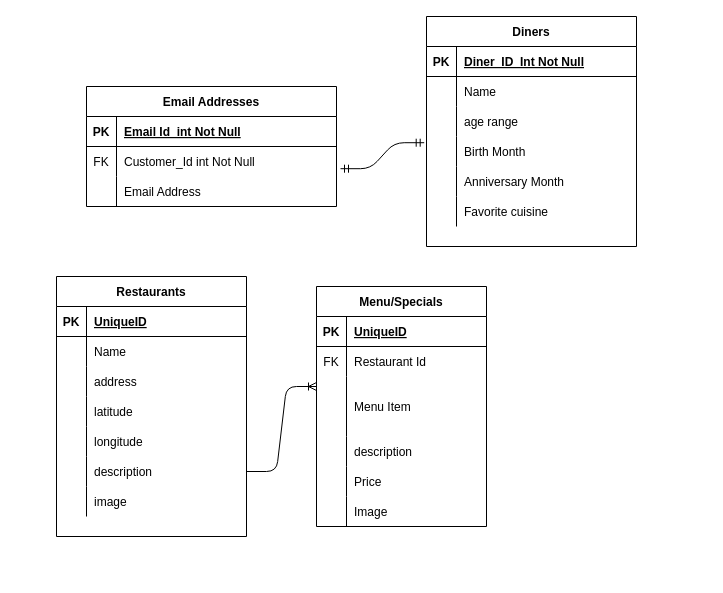
msjanellej/VegetarianRestaurantFinder keeps this draw.io diagram as erd.drawio. Above is the earlier version. Source tidied: cells renumbered, new cells numbered last; positions are measured from the earlier drawing's top-left corner, leaving out a move shared by most shapes. Both pictures are drawn from the tidied source at 100%, with x=0, y=0 at pixel (56, 16).
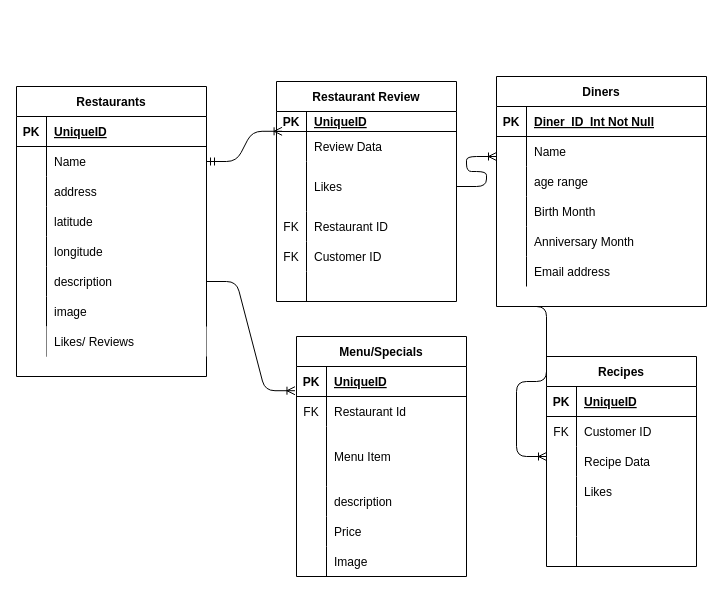
After the change.

Unchanged cells that the change refers to:
```xml
<mxCell id="12" style="shape=partialRectangle;fillColor=none;top=0;left=0;bottom=0;right=0;points=[[0,0.5],[1,0.5]];portConstraint=eastwest;" parent="2" vertex="1">
  <mxGeometry y="120" width="210" height="30" as="geometry" />
</mxCell>
<mxCell id="18" style="shape=partialRectangle;fillColor=none;top=0;left=0;bottom=0;right=0;" parent="2" vertex="1">
  <mxGeometry y="180" width="210" height="30" as="geometry" />
</mxCell>
<mxCell id="36" style="shape=partialRectangle;fillColor=none;top=0;left=0;bottom=0;right=0;points=[[0,0.5],[1,0.5]];portConstraint=eastwest;" parent="32" vertex="1">
  <mxGeometry y="60" width="190" height="30" as="geometry" />
</mxCell>
<mxCell id="48" style="shape=partialRectangle;fillColor=none;top=0;left=0;bottom=0;right=0;points=[[0,0.5],[1,0.5]];portConstraint=eastwest;" parent="32" vertex="1">
  <mxGeometry y="180" width="190" height="30" as="geometry" />
</mxCell>
<mxCell id="55" style="shape=partialRectangle;fillColor=none;top=0;left=0;bottom=1;right=0;points=[[0,0.5],[1,0.5]];portConstraint=eastwest;" parent="54" vertex="1">
  <mxGeometry y="30" width="170" height="30" as="geometry" />
</mxCell>
```

Diff of the diagram source:
```diff
@@
     <mxCell id="2" value="Diners" style="shape=table;startSize=30;childLayout=tableLayout;rowLines=0;fontStyle=1;align=center;" parent="1" vertex="1">
-      <mxGeometry x="370" width="210" height="230" as="geometry" />
+      <mxGeometry x="440" y="60" width="210" height="230" as="geometry" />
     </mxCell>
@@
-    <mxCell id="20" value="Favorite cuisine" style="shape=partialRectangle;fillColor=none;top=0;left=0;bottom=0;right=0;align=left;spacingLeft=6;overflow=hidden;" parent="18" vertex="1">
+    <mxCell id="20" value="Email address" style="shape=partialRectangle;fillColor=none;top=0;left=0;bottom=0;right=0;align=left;spacingLeft=6;overflow=hidden;" parent="18" vertex="1">
       <mxGeometry x="30" width="180" height="30" as="geometry" />
     </mxCell>
-    <mxCell id="21" value="Email Addresses" style="shape=table;startSize=30;childLayout=tableLayout;rowLines=0;fontStyle=1;align=center;" parent="1" vertex="1">
-      <mxGeometry x="30" y="70" width="250" height="120" as="geometry" />
-    </mxCell>
-    <mxCell id="22" style="shape=partialRectangle;fillColor=none;top=0;left=0;right=0;bottom=1;" parent="21" vertex="1">
-      <mxGeometry y="30" width="250" height="30" as="geometry" />
-    </mxCell>
-    <mxCell id="23" value="PK" style="shape=partialRectangle;overflow=hidden;fillColor=none;top=0;left=0;bottom=0;right=0;fontStyle=1;" parent="22" vertex="1">
-      <mxGeometry width="30" height="30" as="geometry" />
-    </mxCell>
-    <mxCell id="24" value="Email Id_int Not Null" style="shape=partialRectangle;overflow=hidden;fillColor=none;top=0;left=0;bottom=0;right=0;align=left;spacingLeft=6;fontStyle=5;" parent="22" vertex="1">
-      <mxGeometry x="30" width="220" height="30" as="geometry" />
-    </mxCell>
-    <mxCell id="25" style="shape=partialRectangle;fillColor=none;points=[[0,0.5],[1,0.5]];portConstraint=eastwest;top=0;left=0;right=0;bottom=0;" parent="21" vertex="1">
-      <mxGeometry y="60" width="250" height="30" as="geometry" />
-    </mxCell>
-    <mxCell id="26" value="FK" style="shape=partialRectangle;overflow=hidden;fillColor=none;top=0;left=0;bottom=0;right=0;" parent="25" vertex="1">
-      <mxGeometry width="30" height="30" as="geometry" />
-    </mxCell>
-    <mxCell id="27" value="Customer_Id int Not Null" style="shape=partialRectangle;overflow=hidden;fillColor=none;top=0;left=0;bottom=0;right=0;align=left;spacingLeft=6;" parent="25" vertex="1">
-      <mxGeometry x="30" width="220" height="30" as="geometry" />
-    </mxCell>
-    <mxCell id="28" style="shape=partialRectangle;fillColor=none;top=0;left=0;bottom=0;right=0;labelBackgroundColor=none;" parent="21" vertex="1">
-      <mxGeometry y="90" width="250" height="30" as="geometry" />
-    </mxCell>
-    <mxCell id="29" style="shape=partialRectangle;fillColor=none;top=0;left=0;bottom=0;right=0;overflow=hidden;" parent="28" vertex="1">
-      <mxGeometry width="30" height="30" as="geometry" />
-    </mxCell>
-    <mxCell id="30" value="Email Address" style="shape=partialRectangle;fillColor=none;top=0;left=0;bottom=0;right=0;align=left;spacingLeft=6;overflow=hidden;" parent="28" vertex="1">
-      <mxGeometry x="30" width="220" height="30" as="geometry" />
-    </mxCell>
-    <mxCell id="31" style="edgeStyle=entityRelationEdgeStyle;fontSize=12;html=1;endArrow=ERmandOne;startArrow=ERmandOne;exitX=1.016;exitY=0.74;exitDx=0;exitDy=0;exitPerimeter=0;entryX=-0.011;entryY=0.207;entryDx=0;entryDy=0;entryPerimeter=0;" parent="1" edge="1" source="25" target="12">
-      <mxGeometry relative="1" as="geometry" />
-    </mxCell>
     <mxCell id="32" value="Restaurants" style="shape=table;startSize=30;childLayout=tableLayout;rowLines=0;fontStyle=1;align=center;" parent="1" vertex="1">
-      <mxGeometry y="260" width="190" height="260" as="geometry" />
+      <mxGeometry x="-40" y="70" width="190" height="290" as="geometry" />
     </mxCell>
@@
+    <mxCell id="74" style="shape=partialRectangle;fillColor=none;top=0;left=0;bottom=0;right=0;" parent="32" vertex="1">
+      <mxGeometry y="240" width="190" height="30" as="geometry" />
+    </mxCell>
+    <mxCell id="75" style="shape=partialRectangle;fillColor=none;top=0;left=0;bottom=0;right=0;overflow=hidden;" parent="74" vertex="1">
+      <mxGeometry width="30" height="30" as="geometry" />
+    </mxCell>
+    <mxCell id="76" value="Likes/ Reviews" style="shape=partialRectangle;top=0;left=0;bottom=0;right=0;align=left;spacingLeft=6;overflow=hidden;" parent="74" vertex="1">
+      <mxGeometry x="30" width="160" height="30" as="geometry" />
+    </mxCell>
-    <mxCell id="54" value="Menu/Specials" style="shape=table;startSize=30;childLayout=tableLayout;rowLines=0;fontStyle=1;align=center;" parent="1" vertex="1">
-      <mxGeometry x="260" y="270" width="170" height="240" as="geometry" />
+    <mxCell id="54" value="Menu/Specials" style="shape=table;startSize=30;childLayout=tableLayout;rowLines=0;fontStyle=1;align=center;strokeColor=#000000;" parent="1" vertex="1">
+      <mxGeometry x="240" y="320" width="170" height="240" as="geometry" />
     </mxCell>
@@
-    <mxCell id="73" style="edgeStyle=entityRelationEdgeStyle;fontSize=12;html=1;endArrow=ERoneToMany;exitX=1;exitY=0.5;exitDx=0;exitDy=0;" parent="1" edge="1" source="48">
-      <mxGeometry relative="1" as="geometry">
-        <mxPoint x="260" y="370" as="targetPoint" />
-      </mxGeometry>
+    <mxCell id="73" style="edgeStyle=entityRelationEdgeStyle;fontSize=12;html=1;endArrow=ERoneToMany;exitX=1;exitY=0.5;exitDx=0;exitDy=0;entryX=-0.009;entryY=0.807;entryDx=0;entryDy=0;entryPerimeter=0;" parent="1" edge="1" source="48" target="55">
+      <mxGeometry relative="1" as="geometry" />
     </mxCell>
+    <mxCell id="77" value="Restaurant Review" style="shape=table;startSize=30;childLayout=tableLayout;rowLines=0;fontStyle=1;align=center;" parent="1" vertex="1">
+      <mxGeometry x="220" y="65" width="180" height="220" as="geometry" />
+    </mxCell>
+    <mxCell id="78" style="shape=partialRectangle;fillColor=none;top=0;left=0;bottom=1;right=0;" parent="77" vertex="1">
+      <mxGeometry y="30" width="180" height="20" as="geometry" />
+    </mxCell>
+    <mxCell id="79" value="PK" style="shape=partialRectangle;fillColor=none;top=0;left=0;bottom=0;right=0;fontStyle=1;overflow=hidden;" parent="78" vertex="1">
+      <mxGeometry width="30" height="20" as="geometry" />
+    </mxCell>
+    <mxCell id="80" value="UniqueID" style="shape=partialRectangle;fillColor=none;top=0;left=0;bottom=0;right=0;align=left;spacingLeft=6;fontStyle=5;overflow=hidden;" parent="78" vertex="1">
+      <mxGeometry x="30" width="150" height="20" as="geometry" />
+    </mxCell>
+    <mxCell id="81" style="shape=partialRectangle;fillColor=none;top=0;left=0;bottom=0;right=0;points=[[0,0.5],[1,0.5]];portConstraint=eastwest;" parent="77" vertex="1">
+      <mxGeometry y="50" width="180" height="30" as="geometry" />
+    </mxCell>
+    <mxCell id="82" style="shape=partialRectangle;fillColor=none;top=0;left=0;bottom=0;right=0;overflow=hidden;" parent="81" vertex="1">
+      <mxGeometry width="30" height="30" as="geometry" />
+    </mxCell>
+    <mxCell id="83" value="Review Data" style="shape=partialRectangle;fillColor=none;top=0;left=0;bottom=0;right=0;align=left;spacingLeft=6;overflow=hidden;" parent="81" vertex="1">
+      <mxGeometry x="30" width="150" height="30" as="geometry" />
+    </mxCell>
+    <mxCell id="84" style="shape=partialRectangle;fillColor=none;top=0;left=0;bottom=0;right=0;points=[[0,0.5],[1,0.5]];portConstraint=eastwest;" parent="77" vertex="1">
+      <mxGeometry y="80" width="180" height="50" as="geometry" />
+    </mxCell>
+    <mxCell id="85" style="shape=partialRectangle;fillColor=none;top=0;left=0;bottom=0;right=0;overflow=hidden;" parent="84" vertex="1">
+      <mxGeometry width="30" height="50" as="geometry" />
+    </mxCell>
+    <mxCell id="86" value="Likes" style="shape=partialRectangle;fillColor=none;top=0;left=0;bottom=0;right=0;align=left;spacingLeft=6;overflow=hidden;" parent="84" vertex="1">
+      <mxGeometry x="30" width="150" height="50" as="geometry" />
+    </mxCell>
+    <mxCell id="87" style="shape=partialRectangle;fillColor=none;top=0;left=0;bottom=0;right=0;" parent="77" vertex="1">
+      <mxGeometry y="130" width="180" height="30" as="geometry" />
+    </mxCell>
+    <mxCell id="88" value="FK" style="shape=partialRectangle;fillColor=none;top=0;left=0;bottom=0;right=0;fontStyle=0;overflow=hidden;" parent="87" vertex="1">
+      <mxGeometry width="30" height="30" as="geometry" />
+    </mxCell>
+    <mxCell id="89" value="Restaurant ID" style="shape=partialRectangle;fillColor=none;top=0;left=0;bottom=0;right=0;align=left;spacingLeft=6;fontStyle=0;overflow=hidden;" parent="87" vertex="1">
+      <mxGeometry x="30" width="150" height="30" as="geometry" />
+    </mxCell>
+    <mxCell id="90" style="shape=partialRectangle;fillColor=none;top=0;left=0;bottom=0;right=0;" parent="77" vertex="1">
+      <mxGeometry y="160" width="180" height="30" as="geometry" />
+    </mxCell>
+    <mxCell id="91" value="FK" style="shape=partialRectangle;fillColor=none;top=0;left=0;bottom=0;right=0;fontStyle=0;overflow=hidden;" parent="90" vertex="1">
+      <mxGeometry width="30" height="30" as="geometry" />
+    </mxCell>
+    <mxCell id="92" value="Customer ID" style="shape=partialRectangle;fillColor=none;top=0;left=0;bottom=0;right=0;align=left;spacingLeft=6;fontStyle=0;overflow=hidden;" parent="90" vertex="1">
+      <mxGeometry x="30" width="150" height="30" as="geometry" />
+    </mxCell>
+    <mxCell id="93" style="shape=partialRectangle;fillColor=none;top=0;left=0;bottom=0;right=0;" parent="77" vertex="1">
+      <mxGeometry y="190" width="180" height="30" as="geometry" />
+    </mxCell>
+    <mxCell id="94" style="shape=partialRectangle;fillColor=none;top=0;left=0;bottom=0;right=0;overflow=hidden;" parent="93" vertex="1">
+      <mxGeometry width="30" height="30" as="geometry" />
+    </mxCell>
+    <mxCell id="95" style="shape=partialRectangle;fillColor=none;top=0;left=0;bottom=0;right=0;align=left;spacingLeft=6;overflow=hidden;" parent="93" vertex="1">
+      <mxGeometry x="30" width="150" height="30" as="geometry" />
+    </mxCell>
+    <mxCell id="96" style="edgeStyle=entityRelationEdgeStyle;fontSize=12;html=1;endArrow=ERoneToMany;exitX=1;exitY=0.5;exitDx=0;exitDy=0;" parent="1" edge="1" source="84">
+      <mxGeometry relative="1" as="geometry">
+        <mxPoint x="440" y="140" as="targetPoint" />
+      </mxGeometry>
+    </mxCell>
+    <mxCell id="97" style="edgeStyle=entityRelationEdgeStyle;fontSize=12;html=1;endArrow=ERoneToMany;startArrow=ERmandOne;entryX=0.031;entryY=-0.007;entryDx=0;entryDy=0;entryPerimeter=0;" parent="1" edge="1" source="36" target="81">
+      <mxGeometry relative="1" as="geometry" />
+    </mxCell>
+    <mxCell id="98" value="Recipes" style="shape=table;startSize=30;childLayout=tableLayout;rowLines=0;fontStyle=1;align=center;" parent="1" vertex="1">
+      <mxGeometry x="490" y="340" width="150" height="210" as="geometry" />
+    </mxCell>
+    <mxCell id="99" style="shape=partialRectangle;fillColor=none;top=0;left=0;bottom=1;right=0;" parent="98" vertex="1">
+      <mxGeometry y="30" width="150" height="30" as="geometry" />
+    </mxCell>
+    <mxCell id="100" value="PK" style="shape=partialRectangle;fillColor=none;top=0;left=0;bottom=0;right=0;fontStyle=1;overflow=hidden;" parent="99" vertex="1">
+      <mxGeometry width="30" height="30" as="geometry" />
+    </mxCell>
+    <mxCell id="101" value="UniqueID" style="shape=partialRectangle;fillColor=none;top=0;left=0;bottom=0;right=0;align=left;spacingLeft=6;fontStyle=5;overflow=hidden;" parent="99" vertex="1">
+      <mxGeometry x="30" width="120" height="30" as="geometry" />
+    </mxCell>
+    <mxCell id="102" style="shape=partialRectangle;fillColor=none;top=0;left=0;bottom=0;right=0;" parent="98" vertex="1">
+      <mxGeometry y="60" width="150" height="30" as="geometry" />
+    </mxCell>
+    <mxCell id="103" value="FK" style="shape=partialRectangle;fillColor=none;top=0;left=0;bottom=0;right=0;fontStyle=0;overflow=hidden;" parent="102" vertex="1">
+      <mxGeometry width="30" height="30" as="geometry" />
+    </mxCell>
+    <mxCell id="104" value="Customer ID" style="shape=partialRectangle;fillColor=none;top=0;left=0;bottom=0;right=0;align=left;spacingLeft=6;fontStyle=0;overflow=hidden;" parent="102" vertex="1">
+      <mxGeometry x="30" width="120" height="30" as="geometry" />
+    </mxCell>
+    <mxCell id="105" style="shape=partialRectangle;fillColor=none;top=0;left=0;bottom=0;right=0;" parent="98" vertex="1">
+      <mxGeometry y="90" width="150" height="30" as="geometry" />
+    </mxCell>
+    <mxCell id="106" style="shape=partialRectangle;fillColor=none;top=0;left=0;bottom=0;right=0;overflow=hidden;" parent="105" vertex="1">
+      <mxGeometry width="30" height="30" as="geometry" />
+    </mxCell>
+    <mxCell id="107" value="Recipe Data" style="shape=partialRectangle;fillColor=none;top=0;left=0;bottom=0;right=0;align=left;spacingLeft=6;overflow=hidden;" parent="105" vertex="1">
+      <mxGeometry x="30" width="120" height="30" as="geometry" />
+    </mxCell>
+    <mxCell id="108" style="shape=partialRectangle;fillColor=none;top=0;left=0;bottom=0;right=0;" parent="98" vertex="1">
+      <mxGeometry y="120" width="150" height="30" as="geometry" />
+    </mxCell>
+    <mxCell id="109" style="shape=partialRectangle;fillColor=none;top=0;left=0;bottom=0;right=0;overflow=hidden;" parent="108" vertex="1">
+      <mxGeometry width="30" height="30" as="geometry" />
+    </mxCell>
+    <mxCell id="110" value="Likes" style="shape=partialRectangle;fillColor=none;top=0;left=0;bottom=0;right=0;align=left;spacingLeft=6;overflow=hidden;" parent="108" vertex="1">
+      <mxGeometry x="30" width="120" height="30" as="geometry" />
+    </mxCell>
+    <mxCell id="111" style="shape=partialRectangle;fillColor=none;top=0;left=0;bottom=0;right=0;" parent="98" vertex="1">
+      <mxGeometry y="150" width="150" height="30" as="geometry" />
+    </mxCell>
+    <mxCell id="112" style="shape=partialRectangle;fillColor=none;top=0;left=0;bottom=0;right=0;overflow=hidden;" parent="111" vertex="1">
+      <mxGeometry width="30" height="30" as="geometry" />
+    </mxCell>
+    <mxCell id="113" style="shape=partialRectangle;fillColor=none;top=0;left=0;bottom=0;right=0;align=left;spacingLeft=6;overflow=hidden;" parent="111" vertex="1">
+      <mxGeometry x="30" width="120" height="30" as="geometry" />
+    </mxCell>
+    <mxCell id="114" style="shape=partialRectangle;fillColor=none;top=0;left=0;bottom=0;right=0;" parent="98" vertex="1">
+      <mxGeometry y="180" width="150" height="30" as="geometry" />
+    </mxCell>
+    <mxCell id="115" style="shape=partialRectangle;fillColor=none;top=0;left=0;bottom=0;right=0;overflow=hidden;" parent="114" vertex="1">
+      <mxGeometry width="30" height="30" as="geometry" />
+    </mxCell>
+    <mxCell id="116" style="shape=partialRectangle;fillColor=none;top=0;left=0;bottom=0;right=0;align=left;spacingLeft=6;overflow=hidden;" parent="114" vertex="1">
+      <mxGeometry x="30" width="120" height="30" as="geometry" />
+    </mxCell>
+    <mxCell id="117" style="edgeStyle=entityRelationEdgeStyle;fontSize=12;html=1;endArrow=ERoneToMany;" parent="1" edge="1">
+      <mxGeometry relative="1" as="geometry">
+        <mxPoint x="460" y="290" as="sourcePoint" />
+        <mxPoint x="490" y="440" as="targetPoint" />
+      </mxGeometry>
+    </mxCell>
```
